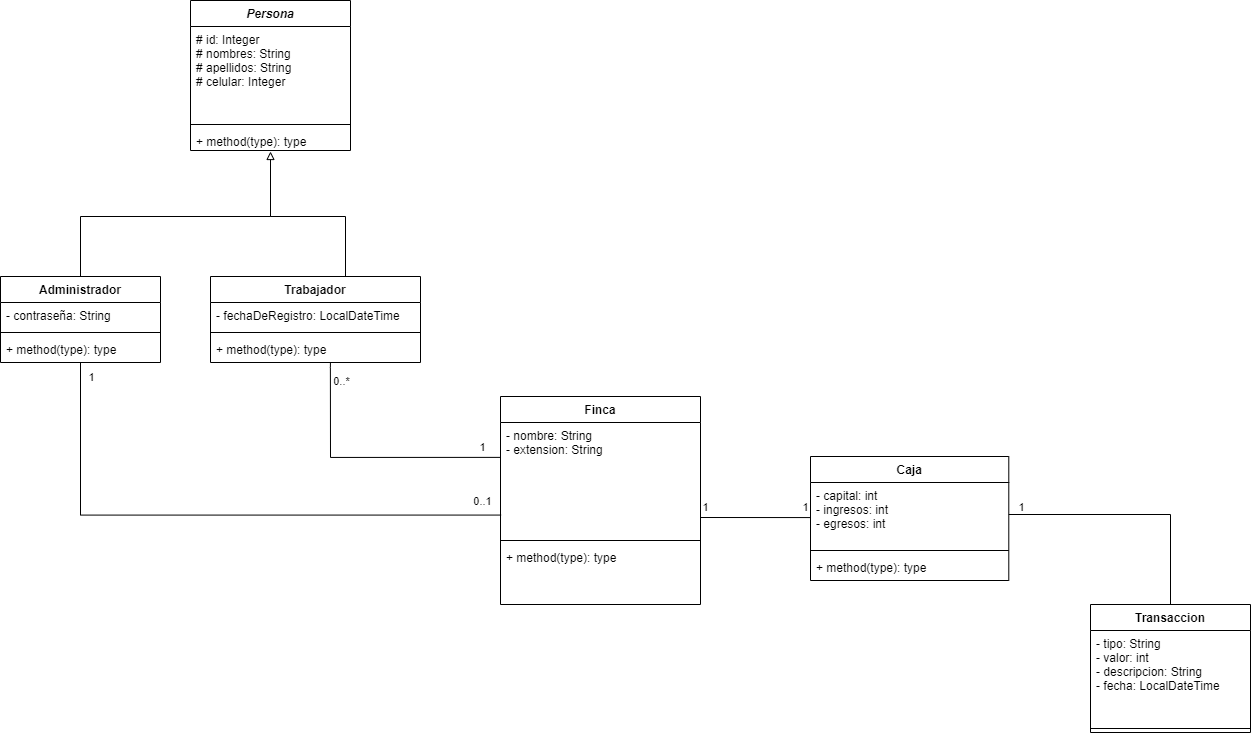
Above: Diagrama de Clases Finca.png in Guerrita/FincApp (draw.io), before the change. Source tidied: cells renumbered, new cells last; positions are measured from the earlier drawing's top-left corner, leaving out a move shared by most shapes. Its diagram source:
```xml
<mxGraphModel>
  <root>
    <mxCell id="0" />
    <mxCell id="1" parent="0" />
    <mxCell id="2" style="edgeStyle=elbowEdgeStyle;rounded=0;jettySize=auto;html=1;elbow=vertical;endArrow=block;endFill=0;entryX=0.5;entryY=1.045;entryDx=0;entryDy=0;entryPerimeter=0;exitX=0.5;exitY=0;exitDx=0;exitDy=0;" parent="1" edge="1" source="34" target="13">
      <mxGeometry relative="1" as="geometry">
        <Array as="points">
          <mxPoint x="250" y="216" />
        </Array>
      </mxGeometry>
    </mxCell>
    <mxCell id="3" style="edgeStyle=elbowEdgeStyle;rounded=0;orthogonalLoop=1;jettySize=auto;elbow=vertical;html=1;endArrow=none;endFill=0;exitX=0.5;exitY=0;exitDx=0;exitDy=0;" parent="1" edge="1">
      <mxGeometry relative="1" as="geometry">
        <mxPoint x="345" y="276" as="sourcePoint" />
        <mxPoint x="270" y="166" as="targetPoint" />
        <Array as="points">
          <mxPoint x="270" y="216" />
          <mxPoint x="280" y="206" />
          <mxPoint x="280" y="206" />
          <mxPoint x="270" y="206" />
          <mxPoint x="300" y="206" />
        </Array>
      </mxGeometry>
    </mxCell>
    <mxCell id="4" style="edgeStyle=orthogonalEdgeStyle;rounded=0;jettySize=auto;html=1;entryX=0.003;entryY=0.812;entryDx=0;entryDy=0;entryPerimeter=0;endArrow=none;endFill=0;" parent="1" edge="1" source="34" target="24">
      <mxGeometry relative="1" as="geometry" />
    </mxCell>
    <mxCell id="5" value="0..1" style="edgeLabel;html=1;align=center;verticalAlign=middle;" parent="4" vertex="1">
      <mxGeometry x="0.93" relative="1" as="geometry">
        <mxPoint y="-14.6" as="offset" />
      </mxGeometry>
    </mxCell>
    <mxCell id="6" value="1" style="edgeLabel;html=1;align=center;verticalAlign=middle;" parent="4" vertex="1">
      <mxGeometry x="-0.95" y="1" relative="1" as="geometry">
        <mxPoint x="9" as="offset" />
      </mxGeometry>
    </mxCell>
    <mxCell id="7" style="edgeStyle=orthogonalEdgeStyle;rounded=0;jettySize=auto;html=1;endArrow=none;endFill=0;entryX=-0.002;entryY=0.306;entryDx=0;entryDy=0;entryPerimeter=0;exitX=0.571;exitY=1.023;exitDx=0;exitDy=0;exitPerimeter=0;" parent="1" edge="1" source="22" target="24">
      <mxGeometry relative="1" as="geometry">
        <Array as="points">
          <mxPoint x="330" y="367" />
          <mxPoint x="330" y="487" />
        </Array>
      </mxGeometry>
    </mxCell>
    <mxCell id="8" value="0..*" style="edgeLabel;html=1;align=center;verticalAlign=middle;" parent="7" vertex="1">
      <mxGeometry x="-0.7" y="2" relative="1" as="geometry">
        <mxPoint x="8.1" y="-21.9" as="offset" />
      </mxGeometry>
    </mxCell>
    <mxCell id="9" value="1" style="edgeLabel;html=1;align=center;verticalAlign=middle;" parent="7" vertex="1">
      <mxGeometry x="0.86" y="-1" relative="1" as="geometry">
        <mxPoint y="-11" as="offset" />
      </mxGeometry>
    </mxCell>
    <mxCell id="10" value="Persona" style="swimlane;fontStyle=3;align=center;verticalAlign=top;horizontal=1;startSize=26;" parent="1" vertex="1">
      <mxGeometry x="190" width="160" height="150" as="geometry" />
    </mxCell>
    <mxCell id="11" value="# id: Integer&#10;# nombres: String&#10;# apellidos: String&#10;# celular: Integer" style="text;strokeColor=none;fillColor=none;align=left;verticalAlign=top;spacingLeft=4;spacingRight=4;overflow=hidden;" parent="10" vertex="1">
      <mxGeometry y="26" width="160" height="94" as="geometry" />
    </mxCell>
    <mxCell id="12" style="line;strokeWidth=1;fillColor=none;align=left;verticalAlign=middle;spacingTop=-1;spacingLeft=3;spacingRight=3;labelPosition=right;" parent="10" vertex="1">
      <mxGeometry y="120" width="160" height="8" as="geometry" />
    </mxCell>
    <mxCell id="13" value="+ method(type): type" style="text;strokeColor=none;fillColor=none;align=left;verticalAlign=top;spacingLeft=4;spacingRight=4;overflow=hidden;points=[[0,0.5],[1,0.5]];portConstraint=eastwest;" parent="10" vertex="1">
      <mxGeometry y="128" width="160" height="22" as="geometry" />
    </mxCell>
    <mxCell id="14" style="rounded=0;jettySize=auto;html=1;endArrow=none;endFill=0;exitX=1;exitY=0.5;exitDx=0;exitDy=0;entryX=0.5;entryY=0;entryDx=0;entryDy=0;" parent="1" edge="1" source="28" target="31">
      <mxGeometry relative="1" as="geometry">
        <Array as="points">
          <mxPoint x="1170" y="514" />
        </Array>
      </mxGeometry>
    </mxCell>
    <mxCell id="15" value="1" style="edgeLabel;html=1;align=center;verticalAlign=middle;" parent="14" vertex="1">
      <mxGeometry x="0.91" y="2" relative="1" as="geometry">
        <mxPoint x="-152" y="-86.3" as="offset" />
      </mxGeometry>
    </mxCell>
    <mxCell id="16" style="edgeStyle=none;rounded=0;jettySize=auto;html=1;endArrow=none;endFill=0;exitX=-0.001;exitY=0.548;exitDx=0;exitDy=0;exitPerimeter=0;" parent="1" edge="1" source="28">
      <mxGeometry relative="1" as="geometry">
        <mxPoint x="700" y="517" as="targetPoint" />
      </mxGeometry>
    </mxCell>
    <mxCell id="17" value="1" style="edgeLabel;html=1;align=center;verticalAlign=middle;" parent="16" vertex="1">
      <mxGeometry x="0.92" y="1" relative="1" as="geometry">
        <mxPoint y="-11.8" as="offset" />
      </mxGeometry>
    </mxCell>
    <mxCell id="18" value="1" style="edgeLabel;html=1;align=center;verticalAlign=middle;" parent="16" vertex="1">
      <mxGeometry x="-0.89" y="-1" relative="1" as="geometry">
        <mxPoint y="-10.1" as="offset" />
      </mxGeometry>
    </mxCell>
    <mxCell id="19" value="Trabajador" style="swimlane;fontStyle=1;align=center;verticalAlign=top;horizontal=1;startSize=26;" parent="1" vertex="1">
      <mxGeometry x="210" y="276" width="210" height="86" as="geometry" />
    </mxCell>
    <mxCell id="20" value="- fechaDeRegistro: LocalDateTime" style="text;strokeColor=none;fillColor=none;align=left;verticalAlign=top;spacingLeft=4;spacingRight=4;overflow=hidden;" parent="19" vertex="1">
      <mxGeometry y="26" width="210" height="26" as="geometry" />
    </mxCell>
    <mxCell id="21" style="line;strokeWidth=1;fillColor=none;align=left;verticalAlign=middle;spacingTop=-1;spacingLeft=3;spacingRight=3;labelPosition=right;" parent="19" vertex="1">
      <mxGeometry y="52" width="210" height="8" as="geometry" />
    </mxCell>
    <mxCell id="22" value="+ method(type): type" style="text;strokeColor=none;fillColor=none;align=left;verticalAlign=top;spacingLeft=4;spacingRight=4;overflow=hidden;points=[[0,0.5],[1,0.5]];portConstraint=eastwest;" parent="19" vertex="1">
      <mxGeometry y="60" width="210" height="26" as="geometry" />
    </mxCell>
    <mxCell id="23" value="Finca" style="swimlane;fontStyle=1;align=center;verticalAlign=top;horizontal=1;startSize=26;" parent="1" vertex="1">
      <mxGeometry x="500" y="396" width="200" height="208" as="geometry" />
    </mxCell>
    <mxCell id="24" value="- nombre: String&#10;- extension: String" style="text;strokeColor=none;fillColor=none;align=left;verticalAlign=top;spacingLeft=4;spacingRight=4;overflow=hidden;points=[[0,0.5],[1,0.5]];portConstraint=eastwest;" parent="23" vertex="1">
      <mxGeometry y="26" width="200" height="114" as="geometry" />
    </mxCell>
    <mxCell id="25" style="line;strokeWidth=1;fillColor=none;align=left;verticalAlign=middle;spacingTop=-1;spacingLeft=3;spacingRight=3;labelPosition=right;" parent="23" vertex="1">
      <mxGeometry y="140" width="200" height="8" as="geometry" />
    </mxCell>
    <mxCell id="26" value="+ method(type): type" style="text;strokeColor=none;fillColor=none;align=left;verticalAlign=top;spacingLeft=4;spacingRight=4;overflow=hidden;" parent="23" vertex="1">
      <mxGeometry y="148" width="200" height="60" as="geometry" />
    </mxCell>
    <mxCell id="27" value="Caja" style="swimlane;fontStyle=1;align=center;verticalAlign=top;horizontal=1;startSize=26;" parent="1" vertex="1">
      <mxGeometry x="810" y="456" width="198.3" height="124" as="geometry" />
    </mxCell>
    <mxCell id="28" value="- capital: int&#10;- ingresos: int&#10;- egresos: int" style="text;strokeColor=none;fillColor=none;align=left;verticalAlign=top;spacingLeft=4;spacingRight=4;overflow=hidden;points=[[0,0.5],[1,0.5]];portConstraint=eastwest;" parent="27" vertex="1">
      <mxGeometry y="26" width="198.3" height="64" as="geometry" />
    </mxCell>
    <mxCell id="29" style="line;strokeWidth=1;fillColor=none;align=left;verticalAlign=middle;spacingTop=-1;spacingLeft=3;spacingRight=3;labelPosition=right;" parent="27" vertex="1">
      <mxGeometry y="90" width="198.3" height="8" as="geometry" />
    </mxCell>
    <mxCell id="30" value="+ method(type): type" style="text;strokeColor=none;fillColor=none;align=left;verticalAlign=top;spacingLeft=4;spacingRight=4;overflow=hidden;" parent="27" vertex="1">
      <mxGeometry y="98" width="198.3" height="26" as="geometry" />
    </mxCell>
    <mxCell id="31" value="Transaccion" style="swimlane;fontStyle=1;align=center;verticalAlign=top;horizontal=1;startSize=26;" parent="1" vertex="1">
      <mxGeometry x="1090" y="604" width="160" height="128" as="geometry" />
    </mxCell>
    <mxCell id="32" value="- tipo: String&#10;- valor: int&#10;- descripcion: String&#10;- fecha: LocalDateTime" style="text;strokeColor=none;fillColor=none;align=left;verticalAlign=top;spacingLeft=4;spacingRight=4;overflow=hidden;" parent="31" vertex="1">
      <mxGeometry y="26" width="160" height="94" as="geometry" />
    </mxCell>
    <mxCell id="33" style="line;strokeWidth=1;fillColor=none;align=left;verticalAlign=middle;spacingTop=-1;spacingLeft=3;spacingRight=3;labelPosition=right;" parent="31" vertex="1">
      <mxGeometry y="120" width="160" height="8" as="geometry" />
    </mxCell>
    <mxCell id="34" value="Administrador" style="swimlane;fontStyle=1;align=center;verticalAlign=top;horizontal=1;startSize=26;" parent="1" vertex="1">
      <mxGeometry y="276" width="160" height="86" as="geometry" />
    </mxCell>
    <mxCell id="35" value="- contraseña: String" style="text;strokeColor=none;fillColor=none;align=left;verticalAlign=top;spacingLeft=4;spacingRight=4;overflow=hidden;" parent="34" vertex="1">
      <mxGeometry y="26" width="160" height="26" as="geometry" />
    </mxCell>
    <mxCell id="36" style="line;strokeWidth=1;fillColor=none;align=left;verticalAlign=middle;spacingTop=-1;spacingLeft=3;spacingRight=3;labelPosition=right;" parent="34" vertex="1">
      <mxGeometry y="52" width="160" height="8" as="geometry" />
    </mxCell>
    <mxCell id="37" value="+ method(type): type" style="text;strokeColor=none;fillColor=none;align=left;verticalAlign=top;spacingLeft=4;spacingRight=4;overflow=hidden;" parent="34" vertex="1">
      <mxGeometry y="60" width="160" height="26" as="geometry" />
    </mxCell>
  </root>
</mxGraphModel>
```
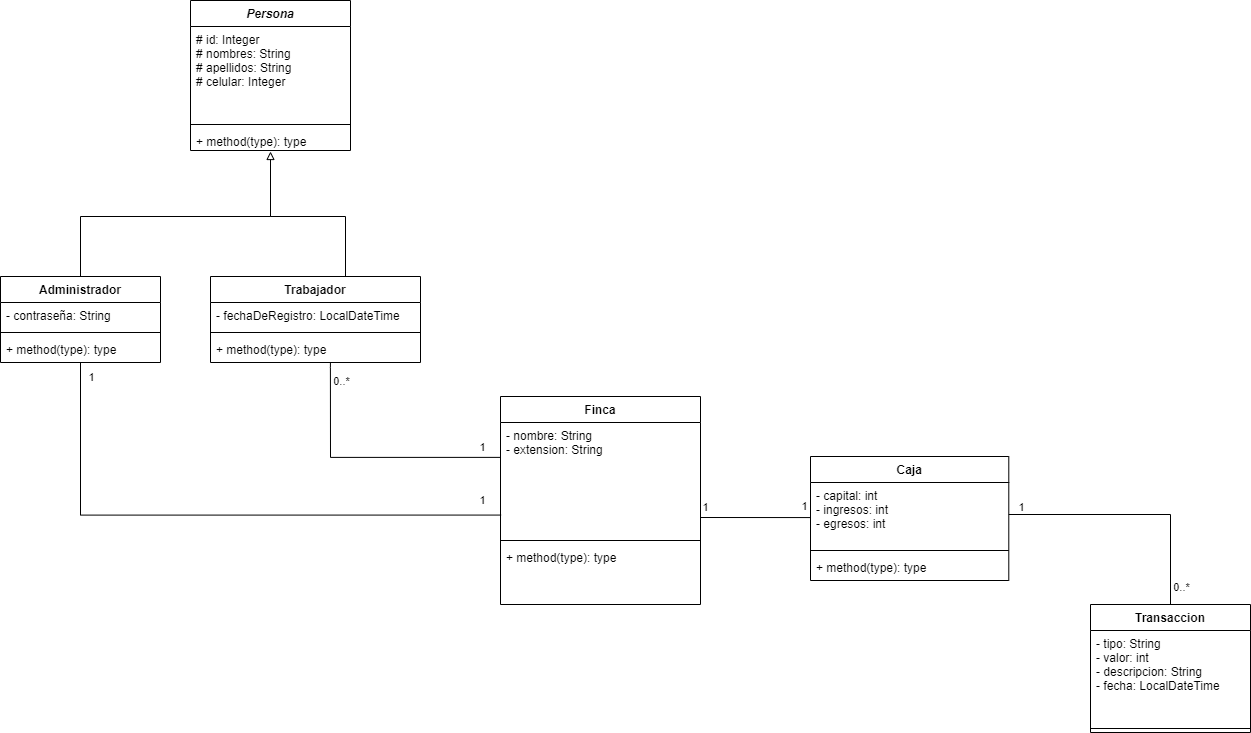
Above is the later version.

What changed in the source:
```diff
@@ -25,7 +25,7 @@
     <mxCell id="4" style="edgeStyle=orthogonalEdgeStyle;rounded=0;jettySize=auto;html=1;entryX=0.003;entryY=0.812;entryDx=0;entryDy=0;entryPerimeter=0;endArrow=none;endFill=0;" parent="1" edge="1" source="34" target="24">
       <mxGeometry relative="1" as="geometry" />
     </mxCell>
-    <mxCell id="5" value="0..1" style="edgeLabel;html=1;align=center;verticalAlign=middle;" parent="4" vertex="1">
+    <mxCell id="5" value="1" style="edgeLabel;html=1;align=center;verticalAlign=middle;" parent="4" vertex="1">
       <mxGeometry x="0.93" relative="1" as="geometry">
         <mxPoint y="-14.6" as="offset" />
       </mxGeometry>
@@ -77,6 +77,11 @@
         <mxPoint x="-152" y="-86.3" as="offset" />
       </mxGeometry>
     </mxCell>
+    <mxCell id="38" value="0..*" style="edgeLabel;html=1;align=center;verticalAlign=middle;" parent="14" vertex="1">
+      <mxGeometry x="0.86" y="4" relative="1" as="geometry">
+        <mxPoint x="6" as="offset" />
+      </mxGeometry>
+    </mxCell>
     <mxCell id="16" style="edgeStyle=none;rounded=0;jettySize=auto;html=1;endArrow=none;endFill=0;exitX=-0.001;exitY=0.548;exitDx=0;exitDy=0;exitPerimeter=0;" parent="1" edge="1" source="28">
       <mxGeometry relative="1" as="geometry">
         <mxPoint x="700" y="517" as="targetPoint" />
```
